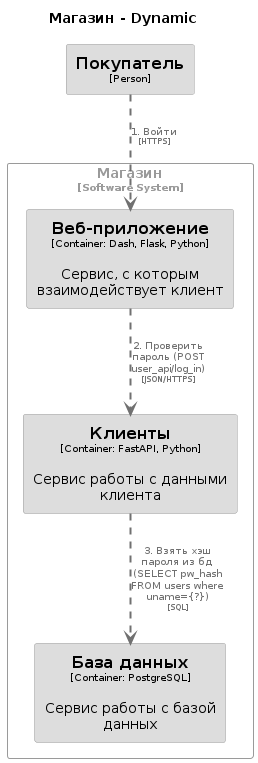
Above: lab1/export/UC02.png in Megict/architecture_tasks (PlantUML), before the change. Source of this version:
```plantuml
@startuml
set separator none
title Магазин - Dynamic

top to bottom direction

skinparam {
  arrowFontSize 10
  defaultTextAlignment center
  wrapWidth 200
  maxMessageSize 100
}

hide stereotype

skinparam rectangle<<Магазин.Базаданных>> {
  BackgroundColor #dddddd
  FontColor #000000
  BorderColor #9a9a9a
  shadowing false
}
skinparam rectangle<<Магазин.Вебприложение>> {
  BackgroundColor #dddddd
  FontColor #000000
  BorderColor #9a9a9a
  shadowing false
}
skinparam rectangle<<Магазин.Клиенты>> {
  BackgroundColor #dddddd
  FontColor #000000
  BorderColor #9a9a9a
  shadowing false
}
skinparam rectangle<<Покупатель>> {
  BackgroundColor #dddddd
  FontColor #000000
  BorderColor #9a9a9a
  shadowing false
}
skinparam rectangle<<Магазин>> {
  BorderColor #9a9a9a
  FontColor #9a9a9a
  shadowing false
}

rectangle "Магазин\n<size:10>[Software System]</size>" <<Магазин>> {
  rectangle "==База данных\n<size:10>[Container: PostgreSQL]</size>\n\nСервис работы с базой данных" <<Магазин.Базаданных>> as Магазин.Базаданных
  rectangle "==Веб-приложение\n<size:10>[Container: Dash, Flask, Python]</size>\n\nСервис, с которым взаимодействует клиент" <<Магазин.Вебприложение>> as Магазин.Вебприложение
  rectangle "==Клиенты\n<size:10>[Container: FastAPI, Python]</size>\n\nСервис работы с данными клиента" <<Магазин.Клиенты>> as Магазин.Клиенты
}

rectangle "==Покупатель\n<size:10>[Person]</size>" <<Покупатель>> as Покупатель

Покупатель .[#707070,thickness=2].> Магазин.Вебприложение : "<color:#707070>1. Войти\n<color:#707070><size:8>[HTTPS]</size>"
Магазин.Вебприложение .[#707070,thickness=2].> Магазин.Клиенты : "<color:#707070>2. Проверить пароль (POST user_api/log_in)\n<color:#707070><size:8>[JSON/HTTPS]</size>"
Магазин.Клиенты .[#707070,thickness=2].> Магазин.Базаданных : "<color:#707070>3. Взять хэш пароля из бд (SELECT pw_hash FROM users where uname={?})\n<color:#707070><size:8>[SQL]</size>"
@enduml
```
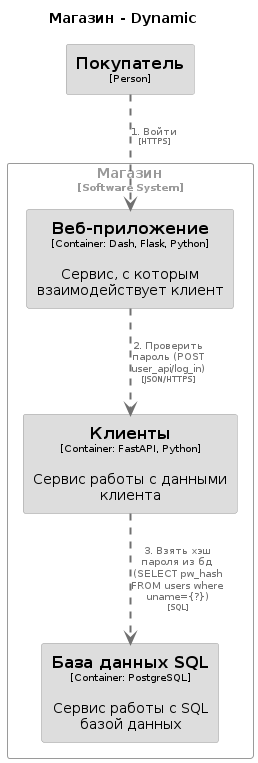
After the commit.

Diff of the diagram source:
```diff
@@ -13,7 +13,7 @@
 
 hide stereotype
 
-skinparam rectangle<<Магазин.Базаданных>> {
+skinparam rectangle<<Магазин.БазаданныхSQL>> {
   BackgroundColor #dddddd
   FontColor #000000
   BorderColor #9a9a9a
@@ -44,7 +44,7 @@
 }
 
 rectangle "Магазин\n<size:10>[Software System]</size>" <<Магазин>> {
-  rectangle "==База данных\n<size:10>[Container: PostgreSQL]</size>\n\nСервис работы с базой данных" <<Магазин.Базаданных>> as Магазин.Базаданных
+  rectangle "==База данных SQL\n<size:10>[Container: PostgreSQL]</size>\n\nСервис работы с SQL базой данных" <<Магазин.БазаданныхSQL>> as Магазин.БазаданныхSQL
   rectangle "==Веб-приложение\n<size:10>[Container: Dash, Flask, Python]</size>\n\nСервис, с которым взаимодействует клиент" <<Магазин.Вебприложение>> as Магазин.Вебприложение
   rectangle "==Клиенты\n<size:10>[Container: FastAPI, Python]</size>\n\nСервис работы с данными клиента" <<Магазин.Клиенты>> as Магазин.Клиенты
 }
@@ -53,5 +53,5 @@
 
 Покупатель .[#707070,thickness=2].> Магазин.Вебприложение : "<color:#707070>1. Войти\n<color:#707070><size:8>[HTTPS]</size>"
 Магазин.Вебприложение .[#707070,thickness=2].> Магазин.Клиенты : "<color:#707070>2. Проверить пароль (POST user_api/log_in)\n<color:#707070><size:8>[JSON/HTTPS]</size>"
-Магазин.Клиенты .[#707070,thickness=2].> Магазин.Базаданных : "<color:#707070>3. Взять хэш пароля из бд (SELECT pw_hash FROM users where uname={?})\n<color:#707070><size:8>[SQL]</size>"
+Магазин.Клиенты .[#707070,thickness=2].> Магазин.БазаданныхSQL : "<color:#707070>3. Взять хэш пароля из бд (SELECT pw_hash FROM users where uname={?})\n<color:#707070><size:8>[SQL]</size>"
 @enduml
```
